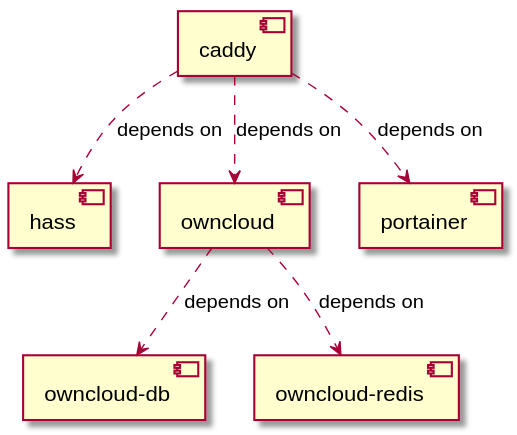
Earlier version of the PlantUML export services_graph.svg (CS-Tao/pi-services).
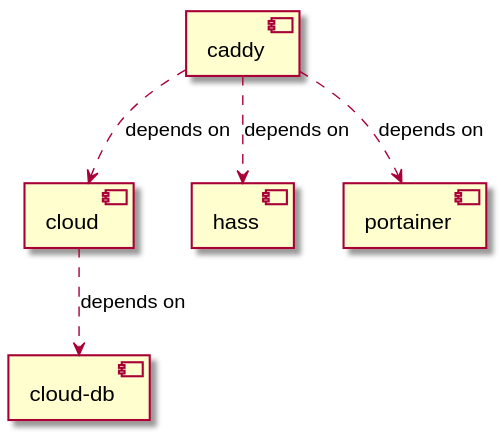
Above is the later version.

Commit message:
Automated deployment: Sat Feb  8 11:44:13 UTC 2020 31b7bb6329a615373a2f9d97b17e0420af72ce30

The edit, as a diff of the source:
```diff
@@ -1,15 +1,13 @@
 @startuml
 skinparam componentStyle uml2
 [caddy]
+[cloud]
+[cloud-db]
 [hass]
-[owncloud]
-[owncloud-db]
-[owncloud-redis]
 [portainer]
+[caddy] ..> [cloud] : depends on
 [caddy] ..> [hass] : depends on
-[caddy] ..> [owncloud] : depends on
 [caddy] ..> [portainer] : depends on
-[owncloud] ..> [owncloud-db] : depends on
-[owncloud] ..> [owncloud-redis] : depends on
+[cloud] ..> [cloud-db] : depends on
 
 @enduml
```
